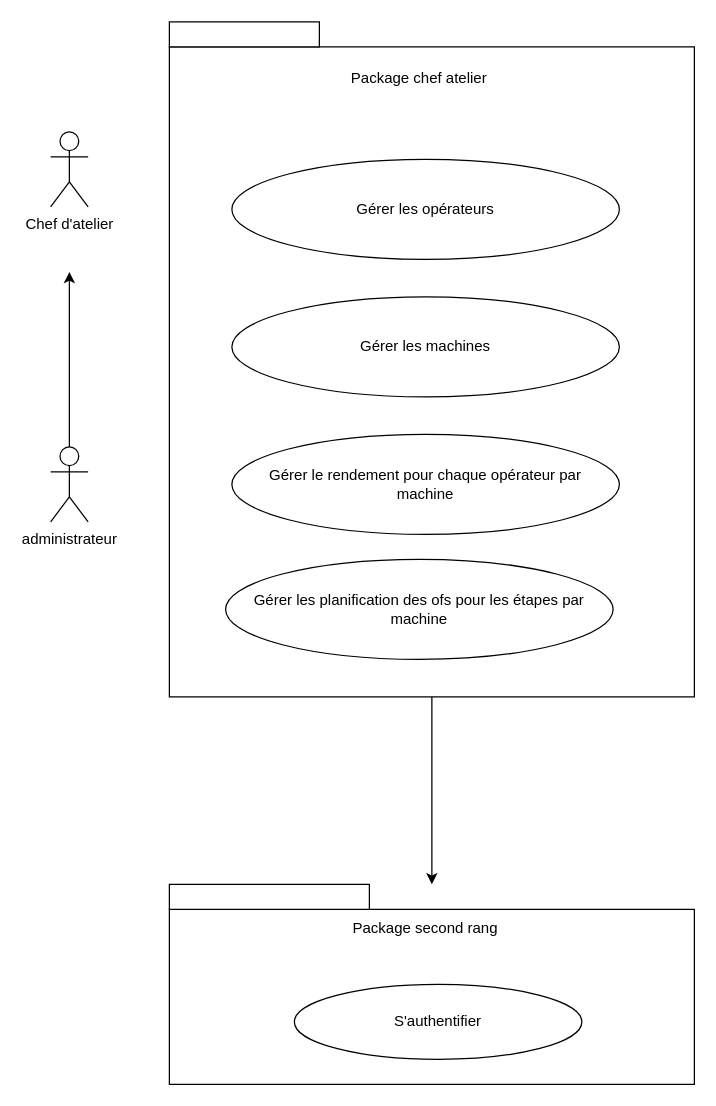
AbdelazizBs/GPAO-SpringApp keeps this draw.io diagram as cas d'utilisation chef atelier.drawio. Above is the earlier version. Source tidied: cells renumbered, new cells numbered last; positions are measured from the earlier drawing's top-left corner, leaving out a move shared by most shapes. Both pictures are drawn from the tidied source at 125%, with x=0, y=0 at pixel (50, 21).
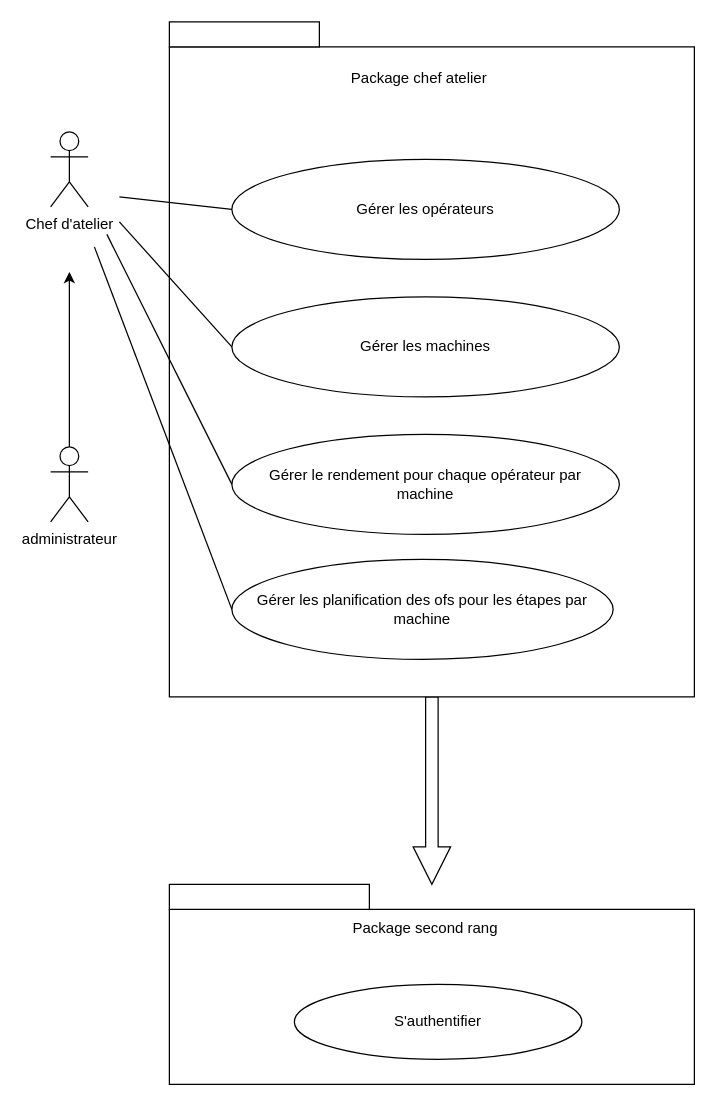
The same page after the edit.

Commit message:
Mettre à jour cas d'utilisation chef atelier.drawio

Unchanged cells that the change refers to:
```xml
<mxCell id="3" style="rounded=0;whiteSpace=wrap;html=1;" parent="1" vertex="1">
  <mxGeometry x="95" y="20" width="420" height="520" as="geometry" />
</mxCell>
<mxCell id="9" value="Gérer les opérateurs" style="ellipse;whiteSpace=wrap;html=1;" parent="1" vertex="1">
  <mxGeometry x="145" y="110" width="310" height="80" as="geometry" />
</mxCell>
<mxCell id="10" value="Gérer les machines" style="ellipse;whiteSpace=wrap;html=1;" parent="1" vertex="1">
  <mxGeometry x="145" y="220" width="310" height="80" as="geometry" />
</mxCell>
<mxCell id="11" value="Gérer le rendement pour chaque opérateur par &lt;br&gt;machine" style="ellipse;whiteSpace=wrap;html=1;" parent="1" vertex="1">
  <mxGeometry x="145" y="330" width="310" height="80" as="geometry" />
</mxCell>
```

What changed in the source:
```diff
@@
-    <mxCell id="2" style="edgeStyle=orthogonalEdgeStyle;rounded=0;jettySize=auto;html=1;shadow=0;" parent="1" edge="1" source="3">
+    <mxCell id="2" style="edgeStyle=orthogonalEdgeStyle;rounded=0;jettySize=auto;html=1;shadow=0;shape=arrow;" parent="1" edge="1" source="3">
       <mxGeometry relative="1" as="geometry">
         <mxPoint x="305" y="690" as="targetPoint" />
       </mxGeometry>
     </mxCell>
@@
     <mxCell id="12" value="Gérer les planification des ofs pour les étapes par machine" style="ellipse;whiteSpace=wrap;html=1;" parent="1" vertex="1">
-      <mxGeometry x="140" y="430" width="310" height="80" as="geometry" />
+      <mxGeometry x="145" y="430" width="305" height="80" as="geometry" />
     </mxCell>
@@
+    <mxCell id="17" style="endArrow=none;html=1;rounded=0;entryX=0;entryY=0.5;entryDx=0;entryDy=0;" parent="1" edge="1" target="9">
+      <mxGeometry relative="1" as="geometry">
+        <mxPoint x="55" y="140" as="sourcePoint" />
+      </mxGeometry>
+    </mxCell>
+    <mxCell id="18" style="endArrow=none;html=1;rounded=0;entryX=0;entryY=0.5;entryDx=0;entryDy=0;" parent="1" edge="1" target="10">
+      <mxGeometry relative="1" as="geometry">
+        <mxPoint x="55" y="160" as="sourcePoint" />
+      </mxGeometry>
+    </mxCell>
+    <mxCell id="19" style="endArrow=none;html=1;rounded=0;entryX=0;entryY=0.5;entryDx=0;entryDy=0;" parent="1" edge="1" target="11">
+      <mxGeometry relative="1" as="geometry">
+        <mxPoint x="45" y="170" as="sourcePoint" />
+      </mxGeometry>
+    </mxCell>
+    <mxCell id="20" style="endArrow=none;html=1;rounded=0;" parent="1" edge="1">
+      <mxGeometry relative="1" as="geometry">
+        <mxPoint x="35" y="180" as="sourcePoint" />
+        <mxPoint x="145" y="470" as="targetPoint" />
+      </mxGeometry>
+    </mxCell>
```
